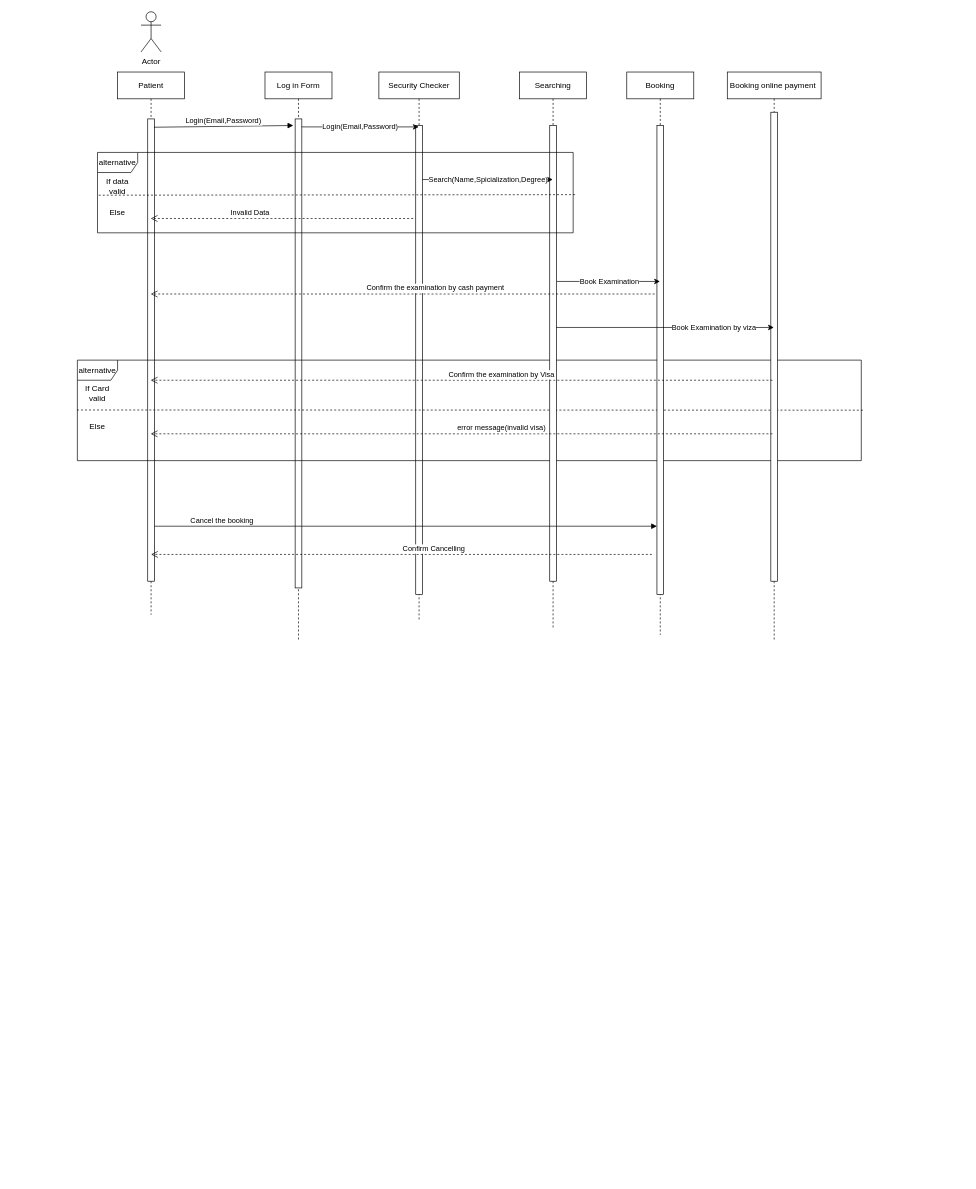
Before: Untitled Diagram.drawio in m7md-a7md222/MRI-java_Project, a draw.io diagram. Source tidied: cells renumbered, new cells numbered last; positions are measured from the earlier drawing's top-left corner, leaving out a move shared by most shapes. Both pictures are drawn from the tidied source at 67%, with x=0, y=0 at pixel (77, 11).
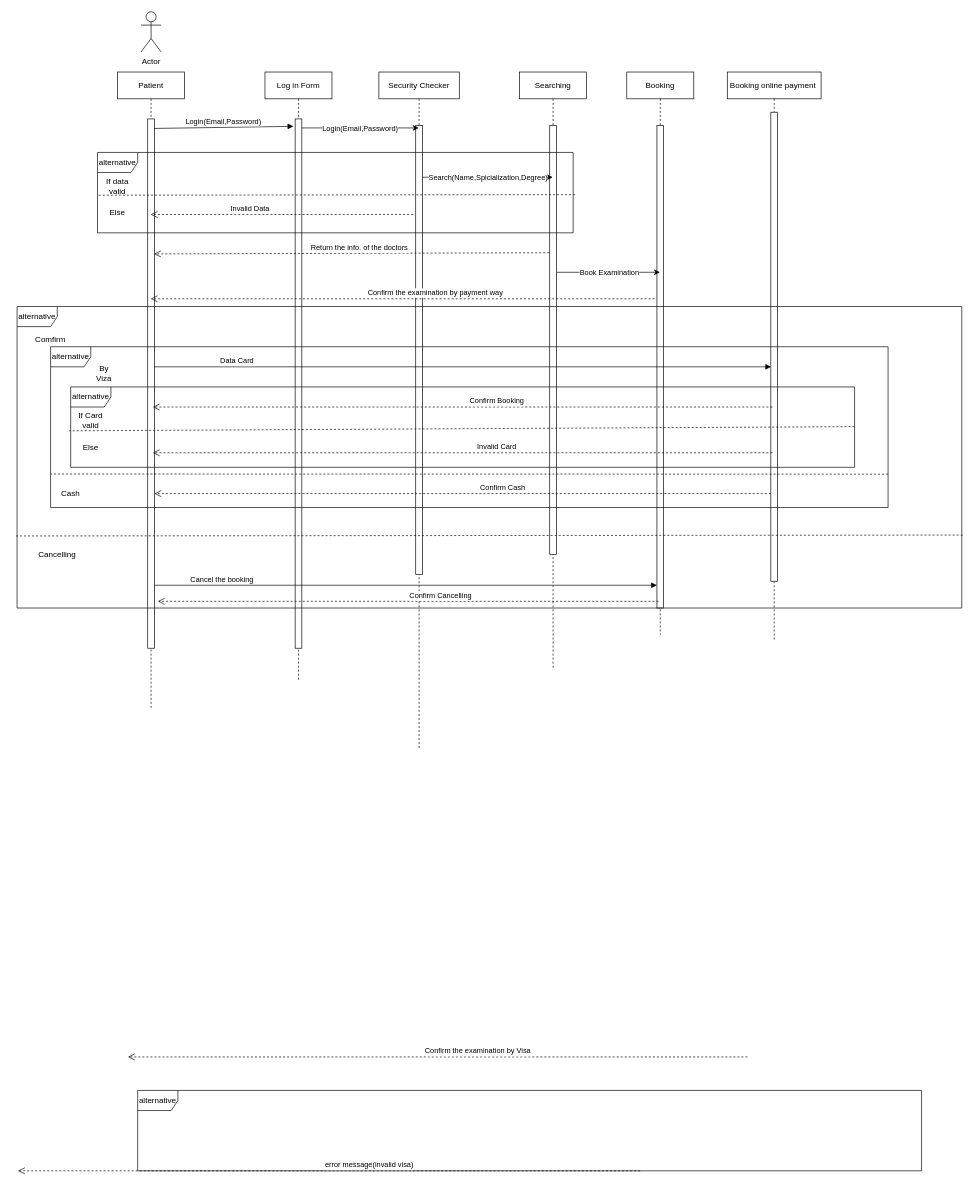
The same diagram, later.

The change refers to these unchanged cells:
```xml
<mxCell id="16" value="Booking" style="shape=umlLifeline;perimeter=lifelinePerimeter;rounded=0;shadow=0;strokeWidth=1;" parent="1" vertex="1">
  <mxGeometry x="820" y="90" width="100" height="840" as="geometry" />
</mxCell>
<mxCell id="18" value="Booking online payment " style="shape=umlLifeline;perimeter=lifelinePerimeter;rounded=0;shadow=0;strokeWidth=1;size=40;" parent="1" vertex="1">
  <mxGeometry x="970" y="90" width="140" height="850" as="geometry" />
</mxCell>
```

Change to the diagram source:
```diff
@@
     <mxCell id="2" value="Patient" style="shape=umlLifeline;perimeter=lifelinePerimeter;rounded=0;shadow=0;strokeWidth=1;" parent="1" vertex="1">
-      <mxGeometry x="60" y="90" width="100" height="810" as="geometry" />
+      <mxGeometry x="60" y="90" width="100" height="950" as="geometry" />
     </mxCell>
     <mxCell id="3" style="points=[];perimeter=orthogonalPerimeter;rounded=0;shadow=0;strokeWidth=1;" parent="2" vertex="1">
-      <mxGeometry x="45" y="70" width="10" height="690" as="geometry" />
+      <mxGeometry x="45" y="70" width="10" height="790" as="geometry" />
     </mxCell>
     <mxCell id="4" value="Log in Form" style="shape=umlLifeline;perimeter=lifelinePerimeter;rounded=0;shadow=0;strokeWidth=1;" parent="1" vertex="1">
-      <mxGeometry x="280" y="90" width="100" height="850" as="geometry" />
+      <mxGeometry x="280" y="90" width="100" height="910" as="geometry" />
     </mxCell>
     <mxCell id="5" style="points=[];perimeter=orthogonalPerimeter;rounded=0;shadow=0;strokeWidth=1;" parent="4" vertex="1">
-      <mxGeometry x="45" y="70" width="10" height="700" as="geometry" />
+      <mxGeometry x="45" y="70" width="10" height="790" as="geometry" />
     </mxCell>
@@
     <mxCell id="8" value="Security Checker" style="shape=umlLifeline;perimeter=lifelinePerimeter;rounded=0;shadow=0;strokeWidth=1;" parent="1" vertex="1">
-      <mxGeometry x="450" y="90" width="120" height="820" as="geometry" />
+      <mxGeometry x="450" y="90" width="120" height="1010" as="geometry" />
     </mxCell>
     <mxCell id="9" style="points=[];perimeter=orthogonalPerimeter;rounded=0;shadow=0;strokeWidth=1;" parent="8" vertex="1">
-      <mxGeometry x="55" y="80" width="10" height="700" as="geometry" />
+      <mxGeometry x="55" y="80" width="10" height="670" as="geometry" />
     </mxCell>
-    <mxCell id="10" value="alternative" style="shape=umlFrame;whiteSpace=wrap;html=1;" parent="8" vertex="1">
-      <mxGeometry x="-450" y="430" width="1170" height="150" as="geometry" />
-    </mxCell>
-    <mxCell id="11" style="endArrow=none;html=1;dashed=1;exitX=1.002;exitY=0.498;exitDx=0;exitDy=0;exitPerimeter=0;entryX=-0.002;entryY=0.496;entryDx=0;entryDy=0;entryPerimeter=0;" parent="8" edge="1" source="10" target="10">
-      <mxGeometry relative="1" as="geometry" />
-    </mxCell>
-    <mxCell id="12" value="Else" style="text;html=1;strokeColor=none;fillColor=none;align=center;verticalAlign=middle;whiteSpace=wrap;rounded=0;" parent="8" vertex="1">
-      <mxGeometry x="-440" y="520" width="40" height="20" as="geometry" />
-    </mxCell>
-    <mxCell id="13" value="If Card valid" style="text;html=1;strokeColor=none;fillColor=none;align=center;verticalAlign=middle;whiteSpace=wrap;rounded=0;" parent="8" vertex="1">
-      <mxGeometry x="-440" y="470" width="40" height="20" as="geometry" />
-    </mxCell>
     <mxCell id="14" value="Searching" style="shape=umlLifeline;perimeter=lifelinePerimeter;rounded=0;shadow=0;strokeWidth=1;" parent="1" vertex="1">
-      <mxGeometry x="660" y="90" width="100" height="830" as="geometry" />
+      <mxGeometry x="660" y="90" width="100" height="890" as="geometry" />
     </mxCell>
     <mxCell id="15" style="points=[];perimeter=orthogonalPerimeter;rounded=0;shadow=0;strokeWidth=1;" parent="14" vertex="1">
-      <mxGeometry x="45" y="80" width="10" height="680" as="geometry" />
+      <mxGeometry x="45" y="80" width="10" height="640" as="geometry" />
     </mxCell>
@@
     <mxCell id="17" style="points=[];perimeter=orthogonalPerimeter;rounded=0;shadow=0;strokeWidth=1;" parent="16" vertex="1">
-      <mxGeometry x="45" y="80" width="10" height="700" as="geometry" />
+      <mxGeometry x="45" y="80" width="10" height="720" as="geometry" />
     </mxCell>
@@
-    <mxCell id="27" value="Confirm the examination by cash payment" style="verticalAlign=bottom;endArrow=open;dashed=1;endSize=8;shadow=0;strokeWidth=1;exitX=-0.341;exitY=0.359;exitDx=0;exitDy=0;exitPerimeter=0;" parent="1" edge="1" source="17" target="2">
+    <mxCell id="27" value="Confirm the examination by payment way" style="verticalAlign=bottom;endArrow=open;dashed=1;endSize=8;shadow=0;strokeWidth=1;exitX=-0.341;exitY=0.359;exitDx=0;exitDy=0;exitPerimeter=0;" parent="1" edge="1" source="17" target="2">
       <mxGeometry x="-0.13" relative="1" as="geometry" />
     </mxCell>
-    <mxCell id="28" style="endArrow=classic;html=1;exitX=0.976;exitY=0.443;exitDx=0;exitDy=0;exitPerimeter=0;" parent="1" edge="1" source="15" target="18">
-      <mxGeometry relative="1" as="geometry" />
-    </mxCell>
-    <mxCell id="29" value="Book Examination by viza" style="edgeLabel;html=1;align=center;verticalAlign=middle;" parent="28" vertex="1">
-      <mxGeometry relative="1" as="geometry">
-        <mxPoint x="73" as="offset" />
-      </mxGeometry>
-    </mxCell>
-    <mxCell id="30" value="Confirm the examination by Visa" style="verticalAlign=bottom;endArrow=open;dashed=1;endSize=8;shadow=0;strokeWidth=1;exitX=0.176;exitY=0.191;exitDx=0;exitDy=0;exitPerimeter=0;" parent="1" edge="1" target="2">
-      <mxGeometry x="-0.13" relative="1" as="geometry">
-        <mxPoint x="1037.4" y="550" as="sourcePoint" />
-      </mxGeometry>
-    </mxCell>
-    <mxCell id="31" value="error message(invalid visa)" style="verticalAlign=bottom;endArrow=open;dashed=1;endSize=8;shadow=0;strokeWidth=1;exitX=0.176;exitY=0.191;exitDx=0;exitDy=0;exitPerimeter=0;" parent="1" edge="1" target="2">
-      <mxGeometry x="-0.13" relative="1" as="geometry">
-        <mxPoint x="1037.4" y="630" as="sourcePoint" />
-      </mxGeometry>
-    </mxCell>
@@
     <mxCell id="33" value="Confirm Cancelling" style="verticalAlign=bottom;endArrow=open;dashed=1;endSize=8;shadow=0;strokeWidth=1;exitX=0.176;exitY=0.191;exitDx=0;exitDy=0;exitPerimeter=0;" parent="1" edge="1">
       <mxGeometry x="-0.13" relative="1" as="geometry">
-        <mxPoint x="857.4" y="810" as="sourcePoint" />
-        <mxPoint x="110" y="810" as="targetPoint" />
+        <mxPoint x="867.4" y="880" as="sourcePoint" />
+        <mxPoint x="120" y="880" as="targetPoint" />
       </mxGeometry>
     </mxCell>
@@
+    <mxCell id="38" value="Return the info. of the doctors" style="verticalAlign=bottom;endArrow=open;dashed=1;endSize=8;shadow=0;strokeWidth=1;exitX=0.02;exitY=0.279;exitDx=0;exitDy=0;exitPerimeter=0;entryX=1.06;entryY=0.292;entryDx=0;entryDy=0;entryPerimeter=0;" parent="1" edge="1">
+      <mxGeometry x="-0.04" y="1" relative="1" as="geometry">
+        <mxPoint x="704.2" y="359.7" as="sourcePoint" />
+        <mxPoint x="114.6" y="361.5" as="targetPoint" />
+      </mxGeometry>
+    </mxCell>
+    <mxCell id="39" value="alternative" style="shape=umlFrame;whiteSpace=wrap;html=1;" parent="1" vertex="1">
+      <mxGeometry x="-90" y="440" width="1410" height="450" as="geometry" />
+    </mxCell>
+    <mxCell id="40" style="endArrow=none;html=1;dashed=1;exitX=1.001;exitY=0.758;exitDx=0;exitDy=0;exitPerimeter=0;entryX=-0.001;entryY=0.761;entryDx=0;entryDy=0;entryPerimeter=0;" parent="1" edge="1" source="39" target="39">
+      <mxGeometry relative="1" as="geometry" />
+    </mxCell>
+    <mxCell id="10" value="alternative" style="shape=umlFrame;whiteSpace=wrap;html=1;" parent="1" vertex="1">
+      <mxGeometry x="-10" y="560" width="1170" height="120" as="geometry" />
+    </mxCell>
+    <mxCell id="11" style="endArrow=none;html=1;dashed=1;exitX=1;exitY=0.494;exitDx=0;exitDy=0;exitPerimeter=0;entryX=-0.002;entryY=0.496;entryDx=0;entryDy=0;entryPerimeter=0;" parent="1" edge="1" source="10">
+      <mxGeometry relative="1" as="geometry">
+        <mxPoint x="-12.3" y="625.5" as="targetPoint" />
+      </mxGeometry>
+    </mxCell>
+    <mxCell id="41" value="Comfirm" style="text;html=1;strokeColor=none;fillColor=none;align=center;verticalAlign=middle;whiteSpace=wrap;rounded=0;" parent="1" vertex="1">
+      <mxGeometry x="-60" y="480" width="40" height="20" as="geometry" />
+    </mxCell>
+    <mxCell id="42" value="Cancelling" style="text;html=1;strokeColor=none;fillColor=none;align=center;verticalAlign=middle;whiteSpace=wrap;rounded=0;" parent="1" vertex="1">
+      <mxGeometry x="-50" y="800" width="40" height="20" as="geometry" />
+    </mxCell>
+    <mxCell id="43" value="alternative" style="shape=umlFrame;whiteSpace=wrap;html=1;" parent="1" vertex="1">
+      <mxGeometry x="90" y="1610" width="1170" height="120" as="geometry" />
+    </mxCell>
+    <mxCell id="30" value="Confirm the examination by Visa" style="verticalAlign=bottom;endArrow=open;dashed=1;endSize=8;shadow=0;strokeWidth=1;exitX=-0.167;exitY=0.611;exitDx=0;exitDy=0;exitPerimeter=0;" parent="1" edge="1">
+      <mxGeometry x="-0.13" relative="1" as="geometry">
+        <mxPoint x="1000" y="1560" as="sourcePoint" />
+        <mxPoint x="75.5" y="1560" as="targetPoint" />
+      </mxGeometry>
+    </mxCell>
+    <mxCell id="31" value="error message(invalid visa)" style="verticalAlign=bottom;endArrow=open;dashed=1;endSize=8;shadow=0;strokeWidth=1;exitX=0.176;exitY=0.191;exitDx=0;exitDy=0;exitPerimeter=0;" parent="1" edge="1">
+      <mxGeometry x="-0.13" relative="1" as="geometry">
+        <mxPoint x="840" y="1730" as="sourcePoint" />
+        <mxPoint x="-88.6" y="1730" as="targetPoint" />
+      </mxGeometry>
+    </mxCell>
+    <mxCell id="13" value="If Card valid" style="text;html=1;strokeColor=none;fillColor=none;align=center;verticalAlign=middle;whiteSpace=wrap;rounded=0;" parent="1" vertex="1">
+      <mxGeometry y="600" width="40" height="20" as="geometry" />
+    </mxCell>
+    <mxCell id="12" value="Else" style="text;html=1;strokeColor=none;fillColor=none;align=center;verticalAlign=middle;whiteSpace=wrap;rounded=0;" parent="1" vertex="1">
+      <mxGeometry y="640" width="40" height="20" as="geometry" />
+    </mxCell>
+    <mxCell id="44" value="alternative" style="shape=umlFrame;whiteSpace=wrap;html=1;" parent="1" vertex="1">
+      <mxGeometry x="-40" y="500" width="1250" height="240" as="geometry" />
+    </mxCell>
+    <mxCell id="45" value="By Viza" style="text;html=1;strokeColor=none;fillColor=none;align=center;verticalAlign=middle;whiteSpace=wrap;rounded=0;" parent="1" vertex="1">
+      <mxGeometry x="20" y="530" width="40" height="20" as="geometry" />
+    </mxCell>
+    <mxCell id="46" value="Data Card" style="verticalAlign=bottom;endArrow=block;shadow=0;strokeWidth=1;exitX=1.367;exitY=0.986;exitDx=0;exitDy=0;exitPerimeter=0;" parent="1" edge="1">
+      <mxGeometry x="-0.73" relative="1" as="geometry">
+        <mxPoint x="114.6" y="530" as="sourcePoint" />
+        <mxPoint x="1035.4" y="530" as="targetPoint" />
+      </mxGeometry>
+    </mxCell>
+    <mxCell id="47" value="Confirm Booking" style="verticalAlign=bottom;endArrow=open;dashed=1;endSize=8;shadow=0;strokeWidth=1;entryX=0.547;entryY=0.93;entryDx=0;entryDy=0;entryPerimeter=0;" parent="1" edge="1">
+      <mxGeometry x="-0.11" relative="1" as="geometry">
+        <mxPoint x="1037.4" y="590" as="sourcePoint" />
+        <mxPoint x="112.6" y="590" as="targetPoint" />
+        <mxPoint x="1" as="offset" />
+      </mxGeometry>
+    </mxCell>
+    <mxCell id="48" value="Invalid Card" style="verticalAlign=bottom;endArrow=open;dashed=1;endSize=8;shadow=0;strokeWidth=1;entryX=0.547;entryY=0.93;entryDx=0;entryDy=0;entryPerimeter=0;" parent="1" edge="1">
+      <mxGeometry x="-0.11" relative="1" as="geometry">
+        <mxPoint x="1037.4" y="658.3" as="sourcePoint" />
+        <mxPoint x="112.6" y="658.3" as="targetPoint" />
+        <mxPoint x="1" as="offset" />
+      </mxGeometry>
+    </mxCell>
+    <mxCell id="49" value="Cash" style="text;html=1;strokeColor=none;fillColor=none;align=center;verticalAlign=middle;whiteSpace=wrap;rounded=0;" parent="1" vertex="1">
+      <mxGeometry x="-30" y="710" width="40" height="20" as="geometry" />
+    </mxCell>
+    <mxCell id="50" style="endArrow=none;html=1;dashed=1;" parent="1" edge="1">
+      <mxGeometry relative="1" as="geometry">
+        <mxPoint x="1210" y="690.2" as="sourcePoint" />
+        <mxPoint x="-40" y="690" as="targetPoint" />
+      </mxGeometry>
+    </mxCell>
+    <mxCell id="51" value="Confirm Cash" style="verticalAlign=bottom;endArrow=open;dashed=1;endSize=8;shadow=0;strokeWidth=1;" parent="1" edge="1">
+      <mxGeometry x="-0.13" relative="1" as="geometry">
+        <mxPoint x="1035" y="719.2" as="sourcePoint" />
+        <mxPoint x="115" y="719.2" as="targetPoint" />
+      </mxGeometry>
+    </mxCell>
```
